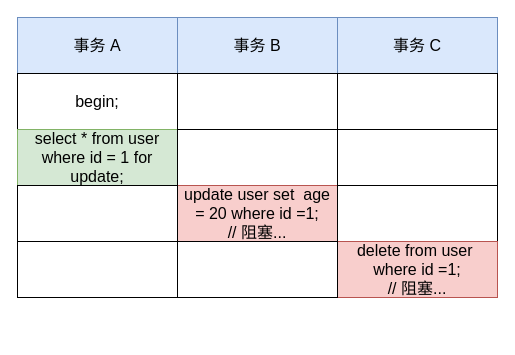
This is mysql/行级锁/唯一索引等值查询（存在）.drawio from xiaolincoder/ImageHost4, a draw.io file, before an edit. Source tidied: cells renumbered, new cells numbered last; positions are measured from the earlier drawing's top-left corner, leaving out a move shared by most shapes. Both pictures are drawn from the tidied source at 100%, with x=0, y=0 at pixel (17, 17).
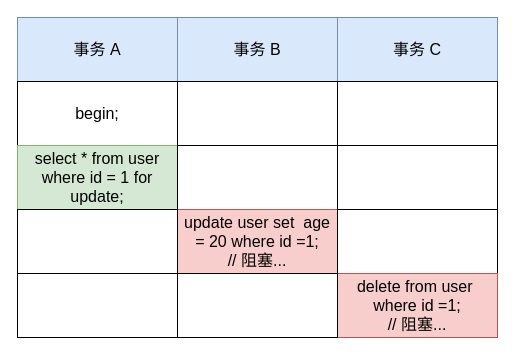
After the change.

Commit message (it also covers changes not shown here):
更新唯一索引等值查询（存在）.drawio

Change to the diagram source:
```diff
@@
 <mxGraphModel>
   <root>
     <mxCell id="0" />
     <mxCell id="1" parent="0" />
-    <mxCell id="2" style="group;fontSize=16;" parent="1" vertex="1">
-      <mxGeometry width="480" height="280" as="geometry" />
-    </mxCell>
+    <mxCell id="18" style="group;" parent="1" vertex="1">
+      <mxGeometry width="480" height="320" as="geometry" />
+    </mxCell>
-    <mxCell id="3" value="事务 A" style="rounded=0;whiteSpace=wrap;html=1;fillColor=#dae8fc;strokeColor=#6c8ebf;fontSize=16;" parent="2" vertex="1">
-      <mxGeometry width="160" height="56" as="geometry" />
+    <mxCell id="3" value="事务 A" style="rounded=0;whiteSpace=wrap;html=1;fillColor=#dae8fc;strokeColor=#6c8ebf;fontSize=16;" parent="18" vertex="1">
+      <mxGeometry width="160" height="64" as="geometry" />
     </mxCell>
-    <mxCell id="4" value="事务 B" style="rounded=0;whiteSpace=wrap;html=1;fillColor=#dae8fc;strokeColor=#6c8ebf;fontSize=16;" parent="2" vertex="1">
-      <mxGeometry x="160" width="160" height="56" as="geometry" />
+    <mxCell id="4" value="事务 B" style="rounded=0;whiteSpace=wrap;html=1;fillColor=#dae8fc;strokeColor=#6c8ebf;fontSize=16;" parent="18" vertex="1">
+      <mxGeometry x="160" width="160" height="64" as="geometry" />
     </mxCell>
-    <mxCell id="5" value="事务 C" style="rounded=0;whiteSpace=wrap;html=1;fillColor=#dae8fc;strokeColor=#6c8ebf;fontSize=16;" parent="2" vertex="1">
-      <mxGeometry x="320" width="160" height="56" as="geometry" />
+    <mxCell id="5" value="事务 C" style="rounded=0;whiteSpace=wrap;html=1;fillColor=#dae8fc;strokeColor=#6c8ebf;fontSize=16;" parent="18" vertex="1">
+      <mxGeometry x="320" width="160" height="64" as="geometry" />
     </mxCell>
-    <mxCell id="6" value="&lt;div style=&quot;font-size: 16px;&quot;&gt;begin;&lt;/div&gt;" style="rounded=0;whiteSpace=wrap;html=1;fontSize=16;" parent="2" vertex="1">
-      <mxGeometry y="56" width="160" height="56" as="geometry" />
+    <mxCell id="6" value="&lt;div style=&quot;font-size: 16px;&quot;&gt;begin;&lt;/div&gt;" style="rounded=0;whiteSpace=wrap;html=1;fontSize=16;" parent="18" vertex="1">
+      <mxGeometry y="64" width="160" height="64" as="geometry" />
     </mxCell>
-    <mxCell id="7" value="&lt;div style=&quot;font-size: 16px;&quot;&gt;&lt;span style=&quot;background-color: initial; font-size: 16px;&quot;&gt;select * from user where id = 1 for update;&lt;/span&gt;&lt;br style=&quot;font-size: 16px;&quot;&gt;&lt;/div&gt;" style="rounded=0;whiteSpace=wrap;html=1;fillColor=#d5e8d4;strokeColor=#82b366;fontSize=16;" parent="2" vertex="1">
-      <mxGeometry y="112" width="160" height="56" as="geometry" />
+    <mxCell id="7" value="&lt;div style=&quot;font-size: 16px;&quot;&gt;&lt;span style=&quot;background-color: initial; font-size: 16px;&quot;&gt;select * from user where id = 1 for update;&lt;/span&gt;&lt;br style=&quot;font-size: 16px;&quot;&gt;&lt;/div&gt;" style="rounded=0;whiteSpace=wrap;html=1;fillColor=#d5e8d4;strokeColor=#82b366;fontSize=16;" parent="18" vertex="1">
+      <mxGeometry y="128" width="160" height="64" as="geometry" />
     </mxCell>
-    <mxCell id="8" style="rounded=0;whiteSpace=wrap;html=1;fontSize=16;" parent="2" vertex="1">
-      <mxGeometry x="160" y="56" width="160" height="56" as="geometry" />
+    <mxCell id="8" style="rounded=0;whiteSpace=wrap;html=1;fontSize=16;" parent="18" vertex="1">
+      <mxGeometry x="160" y="64" width="160" height="64" as="geometry" />
     </mxCell>
-    <mxCell id="9" style="rounded=0;whiteSpace=wrap;html=1;fontSize=16;" parent="2" vertex="1">
-      <mxGeometry x="320" y="56" width="160" height="56" as="geometry" />
+    <mxCell id="9" style="rounded=0;whiteSpace=wrap;html=1;fontSize=16;" parent="18" vertex="1">
+      <mxGeometry x="320" y="64" width="160" height="64" as="geometry" />
     </mxCell>
-    <mxCell id="10" style="rounded=0;whiteSpace=wrap;html=1;fontSize=16;" parent="2" vertex="1">
-      <mxGeometry x="160" y="112" width="160" height="56" as="geometry" />
+    <mxCell id="10" style="rounded=0;whiteSpace=wrap;html=1;fontSize=16;" parent="18" vertex="1">
+      <mxGeometry x="160" y="128" width="160" height="64" as="geometry" />
     </mxCell>
-    <mxCell id="11" style="rounded=0;whiteSpace=wrap;html=1;fontSize=16;" parent="2" vertex="1">
-      <mxGeometry x="320" y="112" width="160" height="56" as="geometry" />
+    <mxCell id="11" style="rounded=0;whiteSpace=wrap;html=1;fontSize=16;" parent="18" vertex="1">
+      <mxGeometry x="320" y="128" width="160" height="64" as="geometry" />
     </mxCell>
-    <mxCell id="12" value="update user set&amp;nbsp; age = 20 where id =1;&lt;br style=&quot;font-size: 16px;&quot;&gt;// 阻塞..." style="rounded=0;whiteSpace=wrap;html=1;fillColor=#f8cecc;strokeColor=#b85450;fontSize=16;" parent="2" vertex="1">
-      <mxGeometry x="160" y="168" width="160" height="56" as="geometry" />
+    <mxCell id="12" value="update user set&amp;nbsp; age = 20 where id =1;&lt;br style=&quot;font-size: 16px;&quot;&gt;// 阻塞..." style="rounded=0;whiteSpace=wrap;html=1;fillColor=#f8cecc;strokeColor=#b85450;fontSize=16;" parent="18" vertex="1">
+      <mxGeometry x="160" y="192" width="160" height="64" as="geometry" />
     </mxCell>
-    <mxCell id="13" style="rounded=0;whiteSpace=wrap;html=1;fontSize=16;" parent="2" vertex="1">
-      <mxGeometry x="320" y="168" width="160" height="56" as="geometry" />
+    <mxCell id="13" style="rounded=0;whiteSpace=wrap;html=1;fontSize=16;" parent="18" vertex="1">
+      <mxGeometry x="320" y="192" width="160" height="64" as="geometry" />
     </mxCell>
-    <mxCell id="14" value="delete from user&amp;nbsp; where id =1;&lt;br style=&quot;font-size: 16px;&quot;&gt;// 阻塞..." style="rounded=0;whiteSpace=wrap;html=1;fillColor=#f8cecc;strokeColor=#b85450;fontSize=16;" parent="2" vertex="1">
-      <mxGeometry x="320" y="224" width="160" height="56" as="geometry" />
+    <mxCell id="14" value="delete from user&amp;nbsp; where id =1;&lt;br style=&quot;font-size: 16px;&quot;&gt;// 阻塞..." style="rounded=0;whiteSpace=wrap;html=1;fillColor=#f8cecc;strokeColor=#b85450;fontSize=16;" parent="18" vertex="1">
+      <mxGeometry x="320" y="256" width="160" height="64" as="geometry" />
     </mxCell>
-    <mxCell id="15" style="rounded=0;whiteSpace=wrap;html=1;fontSize=16;" parent="2" vertex="1">
-      <mxGeometry y="168" width="160" height="56" as="geometry" />
+    <mxCell id="15" style="rounded=0;whiteSpace=wrap;html=1;fontSize=16;" parent="18" vertex="1">
+      <mxGeometry y="192" width="160" height="64" as="geometry" />
     </mxCell>
-    <mxCell id="16" style="rounded=0;whiteSpace=wrap;html=1;fontSize=16;" parent="2" vertex="1">
-      <mxGeometry x="160" y="224" width="160" height="56" as="geometry" />
+    <mxCell id="16" style="rounded=0;whiteSpace=wrap;html=1;fontSize=16;" parent="18" vertex="1">
+      <mxGeometry x="160" y="256" width="160" height="64" as="geometry" />
     </mxCell>
-    <mxCell id="17" style="rounded=0;whiteSpace=wrap;html=1;fontSize=16;" parent="2" vertex="1">
-      <mxGeometry y="224" width="160" height="56" as="geometry" />
+    <mxCell id="17" style="rounded=0;whiteSpace=wrap;html=1;fontSize=16;" parent="18" vertex="1">
+      <mxGeometry y="256" width="160" height="64" as="geometry" />
     </mxCell>
   </root>
 </mxGraphModel>
```
